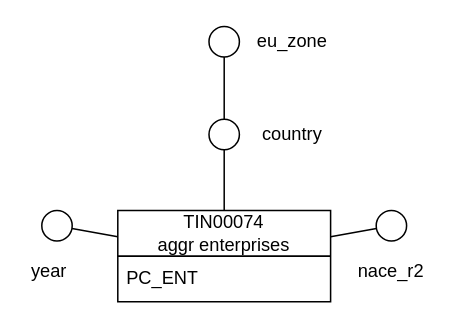
Before: page "tin00074" (4 of 5) of figures/dfm.drawio in amanfucci/sistemi-informativi, a draw.io diagram. Source tidied: cells renumbered, new cells numbered last; positions are measured from the earlier drawing's top-left corner, leaving out a move shared by most shapes. Both pictures are drawn from the tidied source at 152%, with x=0, y=0 at pixel (26, 26).
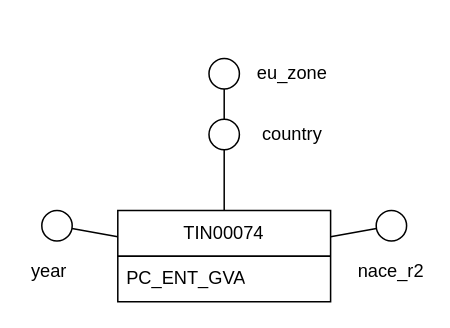
Above is the later version.

Diff of the diagram source:
```diff
@@
 <mxGraphModel>
   <root>
     <mxCell id="0" />
     <mxCell id="1" parent="0" />
     <mxCell id="2" style="edgeStyle=orthogonalEdgeStyle;rounded=0;jettySize=auto;html=1;endArrow=none;endFill=0;" parent="1" edge="1" source="4" target="8">
       <mxGeometry relative="1" as="geometry" />
     </mxCell>
     <mxCell id="3" style="rounded=0;jettySize=auto;html=1;endArrow=none;endFill=0;" parent="1" edge="1" source="4" target="6">
       <mxGeometry relative="1" as="geometry" />
     </mxCell>
-    <mxCell id="4" value="TIN00074&lt;div&gt;aggr enterprises&lt;/div&gt;" style="swimlane;fontStyle=0;horizontal=1;startSize=30;whiteSpace=wrap;html=1;" parent="1" vertex="1">
+    <mxCell id="4" value="TIN00074" style="swimlane;fontStyle=0;horizontal=1;startSize=30;whiteSpace=wrap;html=1;" parent="1" vertex="1">
       <mxGeometry x="60" y="121" width="140" height="60" as="geometry" />
     </mxCell>
-    <mxCell id="5" value="PC_ENT" style="text;strokeColor=none;fillColor=none;align=left;verticalAlign=middle;spacingLeft=4;spacingRight=4;overflow=hidden;whiteSpace=wrap;html=1;" parent="4" vertex="1">
+    <mxCell id="5" value="PC_ENT_GVA" style="text;strokeColor=none;fillColor=none;align=left;verticalAlign=middle;spacingLeft=4;spacingRight=4;overflow=hidden;whiteSpace=wrap;html=1;" parent="4" vertex="1">
       <mxGeometry y="30" width="140" height="30" as="geometry" />
     </mxCell>
     <mxCell id="6" style="ellipse;whiteSpace=wrap;html=1;" parent="1" vertex="1">
       <mxGeometry x="10" y="121" width="20" height="20" as="geometry" />
     </mxCell>
     <mxCell id="7" style="ellipse;whiteSpace=wrap;html=1;" parent="1" vertex="1">
       <mxGeometry x="230" y="121" width="20" height="20" as="geometry" />
     </mxCell>
     <mxCell id="8" style="ellipse;whiteSpace=wrap;html=1;" parent="1" vertex="1">
       <mxGeometry x="120" y="61" width="20" height="20" as="geometry" />
     </mxCell>
     <mxCell id="9" value="year" style="text;html=1;whiteSpace=wrap;strokeColor=none;fillColor=none;align=center;verticalAlign=middle;rounded=0;" parent="1" vertex="1">
       <mxGeometry y="151" width="30" height="20" as="geometry" />
     </mxCell>
     <mxCell id="10" style="endArrow=none;html=1;rounded=0;" parent="1" edge="1" source="4" target="7">
       <mxGeometry relative="1" as="geometry" />
     </mxCell>
     <mxCell id="11" value="nace_r2" style="text;html=1;whiteSpace=wrap;strokeColor=none;fillColor=none;align=center;verticalAlign=middle;rounded=0;" parent="1" vertex="1">
       <mxGeometry x="225" y="151" width="30" height="20" as="geometry" />
     </mxCell>
     <mxCell id="12" value="country" style="text;html=1;whiteSpace=wrap;strokeColor=none;fillColor=none;align=center;verticalAlign=middle;rounded=0;" parent="1" vertex="1">
       <mxGeometry x="160" y="61" width="30" height="20" as="geometry" />
     </mxCell>
     <mxCell id="13" style="ellipse;whiteSpace=wrap;html=1;" parent="1" vertex="1">
-      <mxGeometry x="120" width="20" height="20" as="geometry" />
+      <mxGeometry x="120" y="21" width="20" height="20" as="geometry" />
     </mxCell>
     <mxCell id="14" value="eu_zone" style="text;html=1;whiteSpace=wrap;strokeColor=none;fillColor=none;align=center;verticalAlign=middle;rounded=0;" parent="1" vertex="1">
-      <mxGeometry x="160" width="30" height="20" as="geometry" />
+      <mxGeometry x="160" y="21" width="30" height="20" as="geometry" />
     </mxCell>
     <mxCell id="15" style="endArrow=none;html=1;rounded=0;" parent="1" edge="1" source="8" target="13">
       <mxGeometry relative="1" as="geometry" />
     </mxCell>
   </root>
 </mxGraphModel>
```
